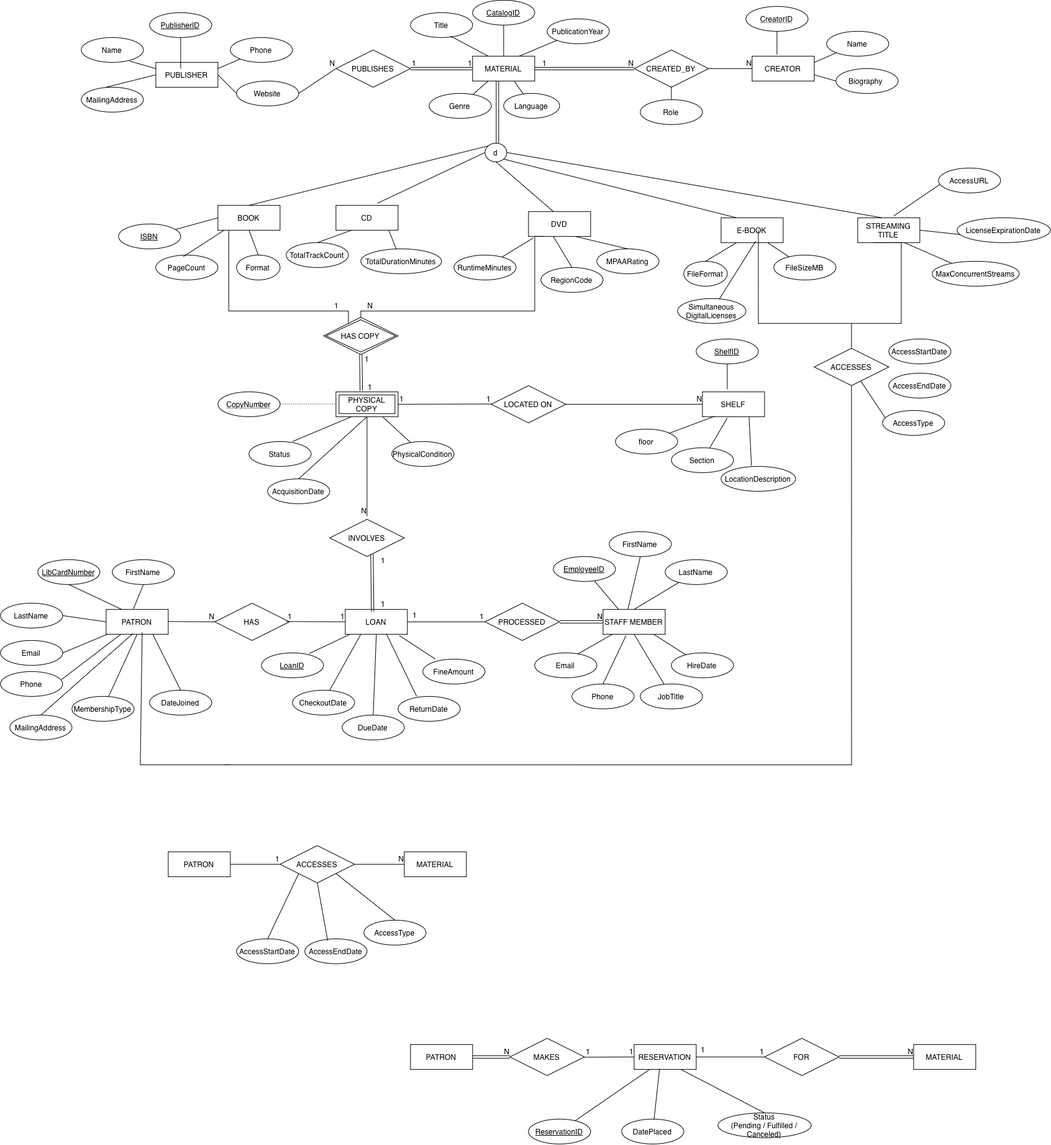
Above: Untitled Diagram.drawio.png in nifemiolayiwola/ER-diagram (draw.io), before the change. Source tidied: cells renumbered, new cells last; positions are measured from the earlier drawing's top-left corner, leaving out a move shared by most shapes.
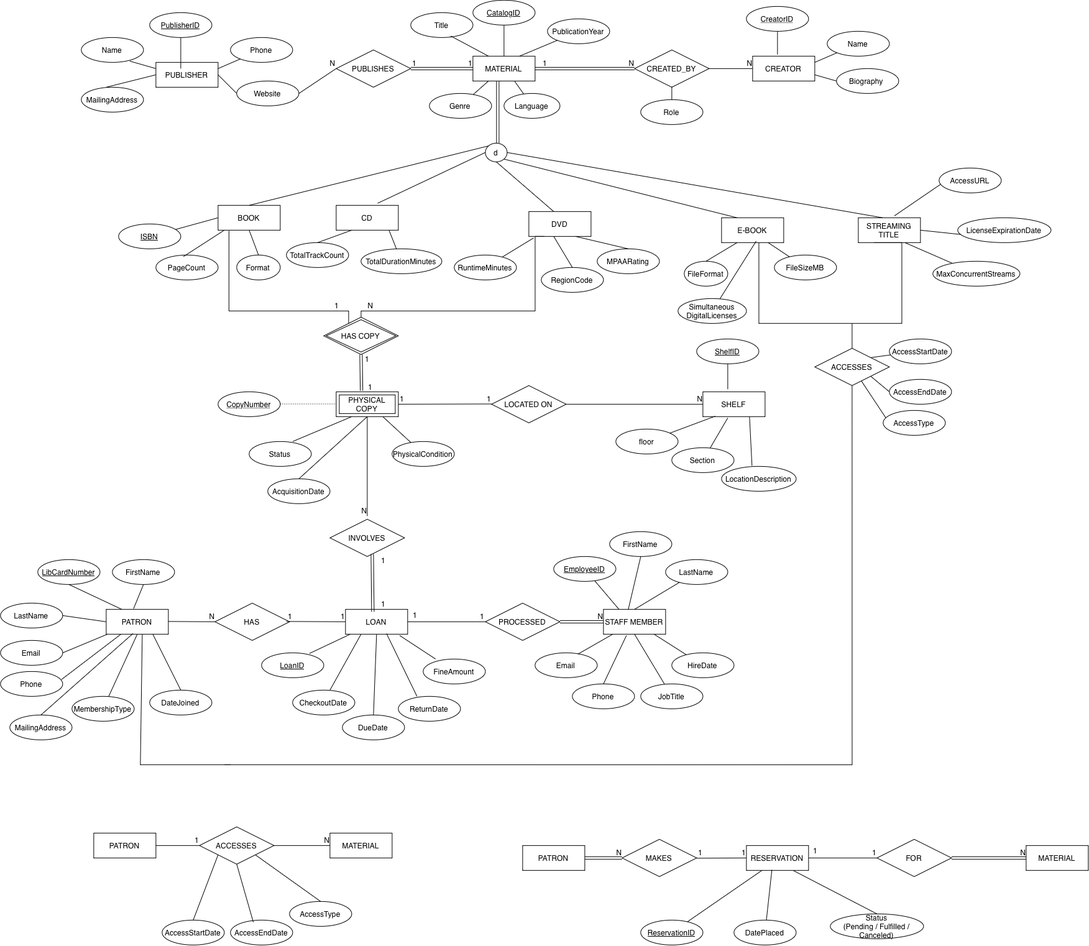
After the change.

Change to the diagram source:
```diff
@@ -426,32 +426,32 @@
     </mxCell>
     <mxCell id="128" style="endArrow=none;html=1;rounded=0;exitX=0.75;exitY=1;exitDx=0;exitDy=0;" parent="1" edge="1" source="130">
       <mxGeometry relative="1" as="geometry">
-        <mxPoint x="1230" y="1790" as="targetPoint" />
+        <mxPoint x="1410" y="1470" as="targetPoint" />
       </mxGeometry>
     </mxCell>
     <mxCell id="129" value="PATRON" style="whiteSpace=wrap;html=1;align=center;" parent="1" vertex="1">
-      <mxGeometry x="660" y="1680" width="100" height="40" as="geometry" />
+      <mxGeometry x="840" y="1360" width="100" height="40" as="geometry" />
     </mxCell>
     <mxCell id="130" value="RESERVATION" style="whiteSpace=wrap;html=1;align=center;" parent="1" vertex="1">
-      <mxGeometry x="1020" y="1680" width="100" height="40" as="geometry" />
+      <mxGeometry x="1200" y="1360" width="100" height="40" as="geometry" />
     </mxCell>
     <mxCell id="131" value="MATERIAL" style="whiteSpace=wrap;html=1;align=center;" parent="1" vertex="1">
-      <mxGeometry x="1470" y="1680" width="100" height="40" as="geometry" />
+      <mxGeometry x="1650" y="1360" width="100" height="40" as="geometry" />
     </mxCell>
     <mxCell id="132" value="MAKES" style="shape=rhombus;perimeter=rhombusPerimeter;whiteSpace=wrap;html=1;align=center;" parent="1" vertex="1">
-      <mxGeometry x="820" y="1670" width="120" height="60" as="geometry" />
+      <mxGeometry x="1000" y="1350" width="120" height="60" as="geometry" />
     </mxCell>
     <mxCell id="133" value="FOR" style="shape=rhombus;perimeter=rhombusPerimeter;whiteSpace=wrap;html=1;align=center;" parent="1" vertex="1">
-      <mxGeometry x="1230" y="1670" width="120" height="60" as="geometry" />
+      <mxGeometry x="1410" y="1350" width="120" height="60" as="geometry" />
     </mxCell>
     <mxCell id="134" value="Status&lt;div&gt;(Pending / Fulfilled / Canceled)&lt;/div&gt;" style="ellipse;whiteSpace=wrap;html=1;align=center;" parent="1" vertex="1">
-      <mxGeometry x="1155" y="1790" width="150" height="40" as="geometry" />
+      <mxGeometry x="1335" y="1470" width="150" height="40" as="geometry" />
     </mxCell>
     <mxCell id="135" value="DatePlaced" style="ellipse;whiteSpace=wrap;html=1;align=center;" parent="1" vertex="1">
-      <mxGeometry x="1000" y="1800" width="100" height="40" as="geometry" />
+      <mxGeometry x="1180" y="1480" width="100" height="40" as="geometry" />
     </mxCell>
     <mxCell id="136" value="ReservationID" style="ellipse;whiteSpace=wrap;html=1;align=center;fontStyle=4;" parent="1" vertex="1">
-      <mxGeometry x="850" y="1800" width="100" height="40" as="geometry" />
+      <mxGeometry x="1030" y="1480" width="100" height="40" as="geometry" />
     </mxCell>
     <mxCell id="137" style="endArrow=none;html=1;rounded=0;entryX=0.41;entryY=0.975;entryDx=0;entryDy=0;entryPerimeter=0;" parent="1" edge="1" source="135" target="130">
       <mxGeometry relative="1" as="geometry" />
@@ -461,7 +461,7 @@
     </mxCell>
     <mxCell id="139" style="shape=link;html=1;rounded=0;entryX=0;entryY=0.5;entryDx=0;entryDy=0;" parent="1" edge="1" target="132">
       <mxGeometry relative="1" as="geometry">
-        <mxPoint x="760" y="1700" as="sourcePoint" />
+        <mxPoint x="940" y="1380" as="sourcePoint" />
       </mxGeometry>
     </mxCell>
     <mxCell id="140" value="N" style="html=1;whiteSpace=wrap;align=right;verticalAlign=bottom;" parent="139" vertex="1">
@@ -469,14 +469,14 @@
     </mxCell>
     <mxCell id="141" style="endArrow=none;html=1;rounded=0;exitX=1;exitY=0.5;exitDx=0;exitDy=0;entryX=0;entryY=0.5;entryDx=0;entryDy=0;" parent="1" edge="1" target="130">
       <mxGeometry relative="1" as="geometry">
-        <mxPoint x="940" y="1700.4" as="sourcePoint" />
+        <mxPoint x="1120" y="1380.4" as="sourcePoint" />
       </mxGeometry>
     </mxCell>
     <mxCell id="142" value="1" style="html=1;whiteSpace=wrap;align=right;verticalAlign=bottom;" parent="141" vertex="1">
       <mxGeometry x="1" relative="1" as="geometry" />
     </mxCell>
     <mxCell id="143" value="1" style="html=1;whiteSpace=wrap;align=right;verticalAlign=bottom;" parent="1" vertex="1">
-      <mxGeometry x="950" y="1700" as="geometry" />
+      <mxGeometry x="1130" y="1380" as="geometry" />
     </mxCell>
     <mxCell id="144" style="endArrow=none;html=1;rounded=0;entryX=0;entryY=0.5;entryDx=0;entryDy=0;exitX=1;exitY=0.5;exitDx=0;exitDy=0;" parent="1" edge="1" source="130" target="133">
       <mxGeometry relative="1" as="geometry" />
@@ -485,13 +485,13 @@
       <mxGeometry x="1" relative="1" as="geometry" />
     </mxCell>
     <mxCell id="146" value="1" style="html=1;whiteSpace=wrap;align=right;verticalAlign=bottom;" parent="1" vertex="1">
-      <mxGeometry x="1140" y="1680" as="geometry">
+      <mxGeometry x="1320" y="1360" as="geometry">
         <mxPoint x="-5" y="17" as="offset" />
       </mxGeometry>
     </mxCell>
     <mxCell id="147" style="shape=link;html=1;rounded=0;exitX=1;exitY=0.5;exitDx=0;exitDy=0;" parent="1" edge="1" source="133">
       <mxGeometry relative="1" as="geometry">
-        <mxPoint x="1470" y="1700" as="targetPoint" />
+        <mxPoint x="1650" y="1380" as="targetPoint" />
       </mxGeometry>
     </mxCell>
     <mxCell id="148" value="N" style="html=1;whiteSpace=wrap;align=right;verticalAlign=bottom;" parent="147" vertex="1">
@@ -551,13 +551,13 @@
       <mxGeometry relative="1" as="geometry" />
     </mxCell>
     <mxCell id="166" value="PATRON" style="whiteSpace=wrap;html=1;align=center;" parent="1" vertex="1">
-      <mxGeometry x="270" y="1370" width="100" height="40" as="geometry" />
+      <mxGeometry x="150" y="1340" width="100" height="40" as="geometry" />
     </mxCell>
     <mxCell id="167" value="ACCESSES" style="shape=rhombus;perimeter=rhombusPerimeter;whiteSpace=wrap;html=1;align=center;" parent="1" vertex="1">
-      <mxGeometry x="450" y="1360" width="120" height="60" as="geometry" />
+      <mxGeometry x="320" y="1330" width="120" height="60" as="geometry" />
     </mxCell>
     <mxCell id="168" value="MATERIAL" style="whiteSpace=wrap;html=1;align=center;" parent="1" vertex="1">
-      <mxGeometry x="650" y="1370" width="100" height="40" as="geometry" />
+      <mxGeometry x="530" y="1340" width="100" height="40" as="geometry" />
     </mxCell>
     <mxCell id="169" style="endArrow=none;html=1;rounded=0;exitX=1;exitY=0.5;exitDx=0;exitDy=0;entryX=0;entryY=0.5;entryDx=0;entryDy=0;" parent="1" edge="1" source="166" target="167">
       <mxGeometry relative="1" as="geometry" />
@@ -572,13 +572,13 @@
       <mxGeometry x="1" relative="1" as="geometry" />
     </mxCell>
     <mxCell id="173" value="AccessType" style="ellipse;whiteSpace=wrap;html=1;align=center;" parent="1" vertex="1">
-      <mxGeometry x="585" y="1480" width="100" height="40" as="geometry" />
+      <mxGeometry x="465" y="1450" width="100" height="40" as="geometry" />
     </mxCell>
     <mxCell id="174" value="AccessEndDate" style="ellipse;whiteSpace=wrap;html=1;align=center;" parent="1" vertex="1">
-      <mxGeometry x="490" y="1510" width="100" height="40" as="geometry" />
+      <mxGeometry x="370" y="1480" width="100" height="40" as="geometry" />
     </mxCell>
     <mxCell id="175" value="AccessStartDate" style="ellipse;whiteSpace=wrap;html=1;align=center;" parent="1" vertex="1">
-      <mxGeometry x="380" y="1510" width="100" height="40" as="geometry" />
+      <mxGeometry x="260" y="1480" width="100" height="40" as="geometry" />
     </mxCell>
     <mxCell id="176" style="endArrow=none;html=1;rounded=0;entryX=0.5;entryY=0;entryDx=0;entryDy=0;exitX=1;exitY=1;exitDx=0;exitDy=0;" parent="1" edge="1" source="167" target="173">
       <mxGeometry relative="1" as="geometry" />
@@ -709,9 +709,9 @@
         <mxPoint x="1370" y="520" as="sourcePoint" />
       </mxGeometry>
     </mxCell>
-    <mxCell id="215" style="endArrow=none;html=1;rounded=0;edgeStyle=orthogonalEdgeStyle;exitX=0.75;exitY=1;exitDx=0;exitDy=0;entryX=0.25;entryY=1;entryDx=0;entryDy=0;" parent="1" edge="1" target="21">
+    <mxCell id="215" style="endArrow=none;html=1;rounded=0;edgeStyle=orthogonalEdgeStyle;entryX=0.25;entryY=1;entryDx=0;entryDy=0;" parent="1" edge="1" target="21">
       <mxGeometry relative="1" as="geometry">
-        <mxPoint x="1220" y="370" as="sourcePoint" />
+        <mxPoint x="1220.1" y="390" as="sourcePoint" />
         <Array as="points">
           <mxPoint x="1220" y="520" />
           <mxPoint x="1450" y="520" />
@@ -729,7 +729,7 @@
       <mxGeometry x="1420" y="660" width="100" height="40" as="geometry" />
     </mxCell>
     <mxCell id="219" value="AccessEndDate" style="ellipse;whiteSpace=wrap;html=1;align=center;" parent="1" vertex="1">
-      <mxGeometry x="1430" y="600" width="100" height="40" as="geometry" />
+      <mxGeometry x="1430" y="610" width="100" height="40" as="geometry" />
     </mxCell>
     <mxCell id="220" value="AccessStartDate" style="ellipse;whiteSpace=wrap;html=1;align=center;" parent="1" vertex="1">
       <mxGeometry x="1430" y="545" width="100" height="40" as="geometry" />
@@ -743,13 +743,20 @@
         </Array>
       </mxGeometry>
     </mxCell>
-    <mxCell id="222" style="endArrow=none;html=1;rounded=0;exitX=0.58;exitY=0.925;exitDx=0;exitDy=0;exitPerimeter=0;" parent="1" edge="1" source="156">
+    <mxCell id="222" style="endArrow=none;html=1;rounded=0;" parent="1" edge="1">
       <mxGeometry relative="1" as="geometry">
+        <mxPoint x="228" y="1020" as="sourcePoint" />
         <mxPoint x="370" y="1230" as="targetPoint" />
         <Array as="points">
           <mxPoint x="225" y="1230" />
         </Array>
       </mxGeometry>
     </mxCell>
+    <mxCell id="223" style="endArrow=none;html=1;rounded=0;exitX=1;exitY=0;exitDx=0;exitDy=0;" parent="1" edge="1" source="217" target="220">
+      <mxGeometry relative="1" as="geometry" />
+    </mxCell>
+    <mxCell id="224" style="endArrow=none;html=1;rounded=0;entryX=0;entryY=0.5;entryDx=0;entryDy=0;exitX=1;exitY=1;exitDx=0;exitDy=0;" parent="1" edge="1" source="217" target="219">
+      <mxGeometry relative="1" as="geometry" />
+    </mxCell>
   </root>
 </mxGraphModel>
```
